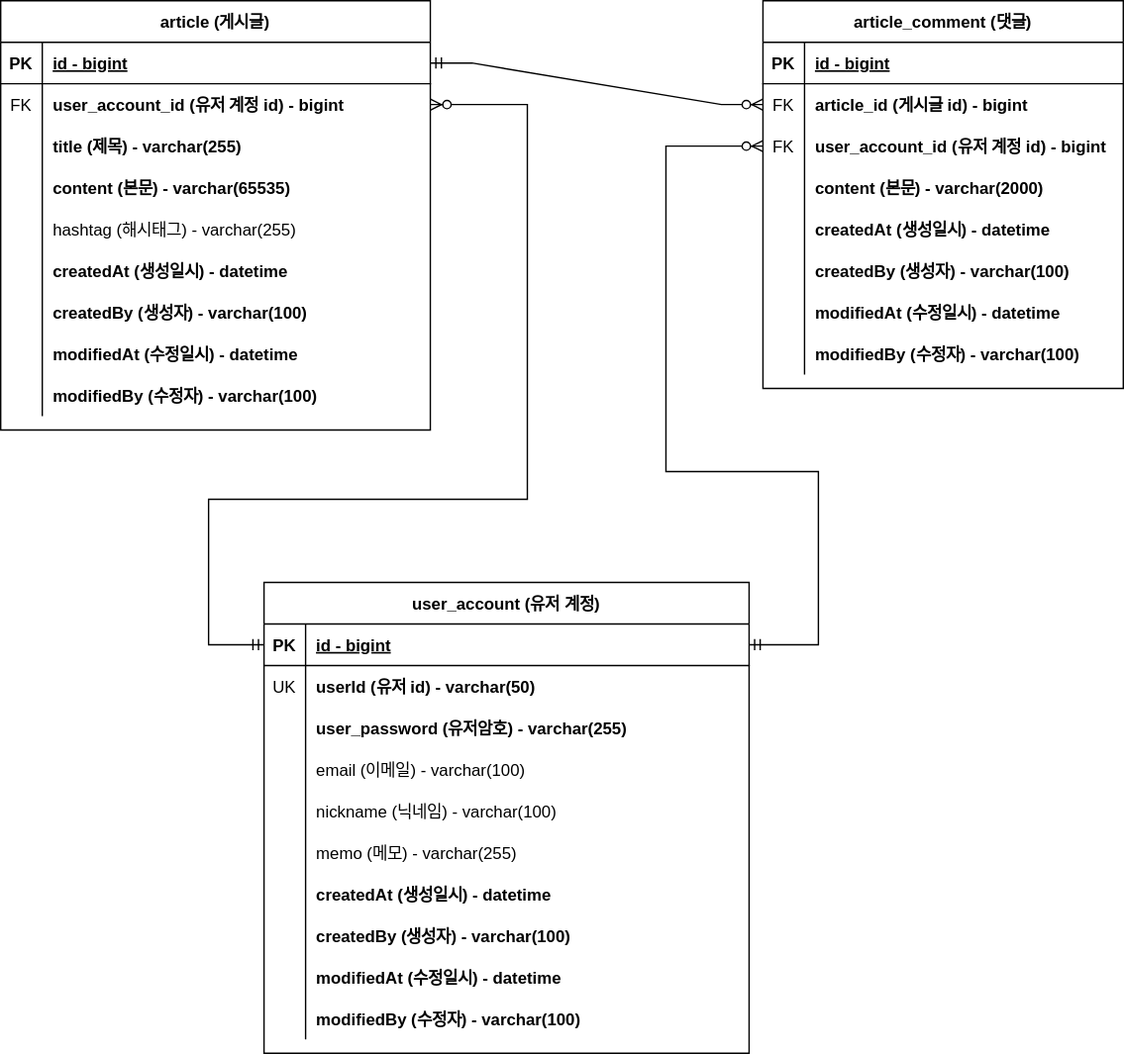
Before: part_02/fastcampus-project-board/document/project-board-erd.svg, a diagram exported from draw.io (NaStillmatic/JavaSpring). Source tidied: cells renumbered, new cells last; positions are measured from the earlier drawing's top-left corner, leaving out a move shared by most shapes.
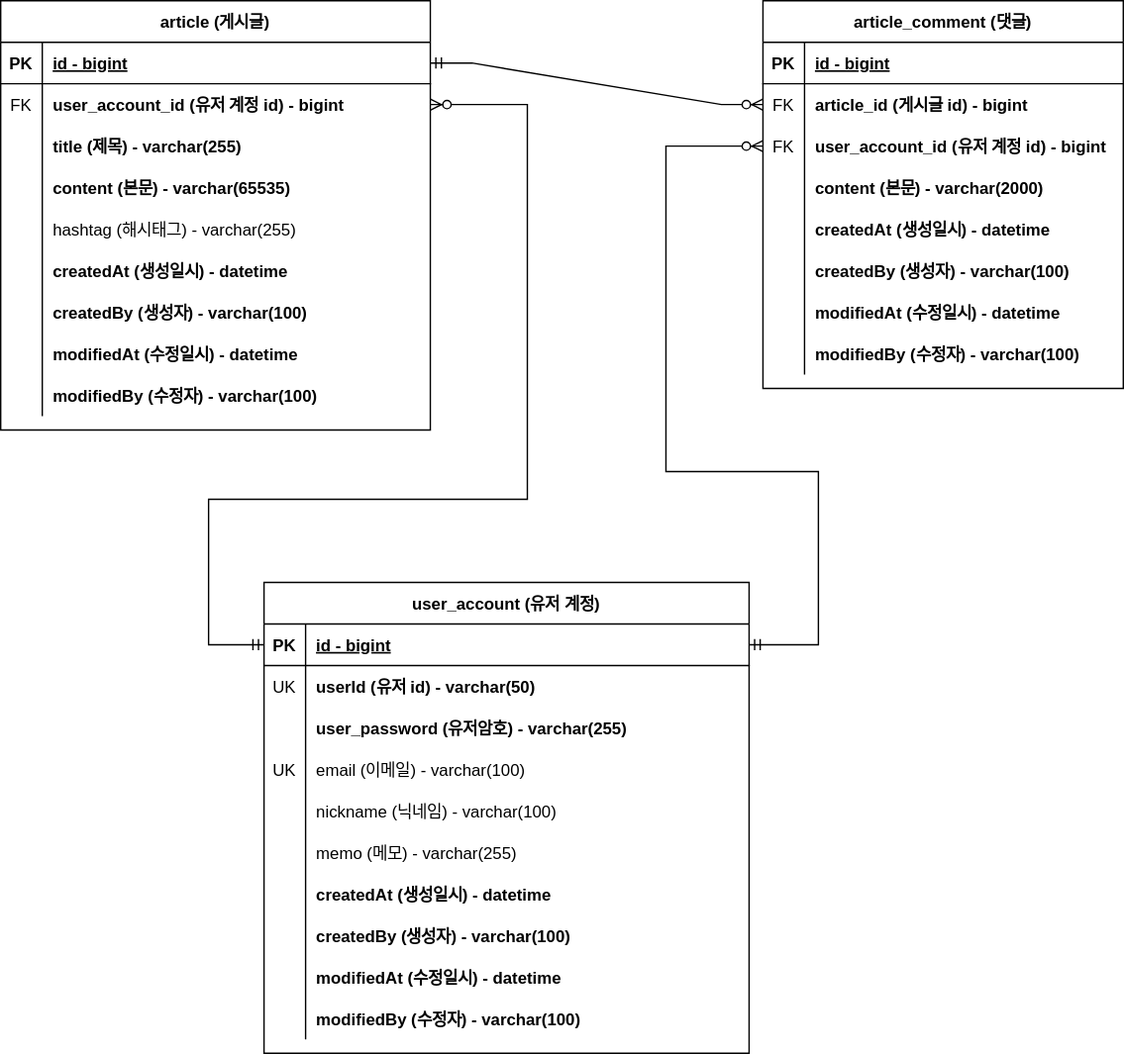
After the change.

Commit message:
#31 - erd 업데이트: 회원 계정 도메인의 이메일에 유니크 키 추가

The edit, as a diff of the source:
```diff
@@ -277,5 +277,8 @@
         </Array>
       </mxGeometry>
     </mxCell>
+    <mxCell id="89" value="UK" style="shape=partialRectangle;fillColor=none;top=0;left=0;bottom=0;right=0;overflow=hidden;" parent="1" vertex="1">
+      <mxGeometry x="190" y="540" width="30" height="30" as="geometry" />
+    </mxCell>
   </root>
 </mxGraphModel>
```
